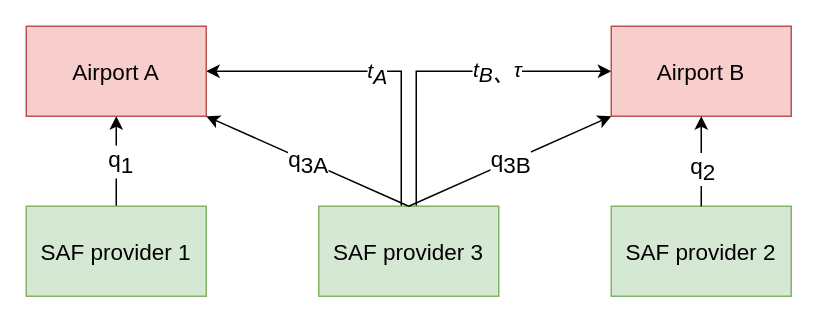
Above: GRF.drawio in HengfeiMa95/paper-reading (draw.io), before the change. Source tidied: cells renumbered, new cells numbered last; positions are measured from the earlier drawing's top-left corner, leaving out a move shared by most shapes. Both pictures are drawn from the tidied source at 150%, with x=0, y=0 at pixel (26, 26).
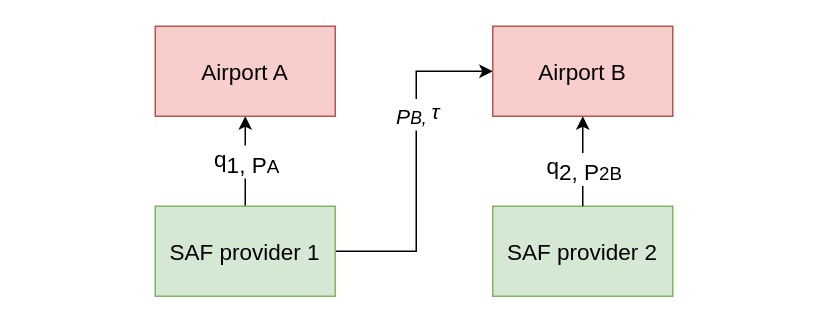
The same diagram, later.

Unchanged cells that the change refers to:
```xml
<mxCell id="8" style="edgeStyle=orthogonalEdgeStyle;rounded=0;jettySize=auto;html=1;fontSize=15;" parent="1" edge="1" source="10" target="12">
  <mxGeometry relative="1" as="geometry" />
</mxCell>
<mxCell id="17" style="endArrow=classic;html=1;rounded=0;exitX=0.5;exitY=0;exitDx=0;exitDy=0;entryX=0.5;entryY=1;entryDx=0;entryDy=0;fontSize=15;" parent="1" edge="1" source="7" target="11">
  <mxGeometry relative="1" as="geometry" />
</mxCell>
```

Diff of the diagram source:
```diff
@@
-    <mxCell id="2" style="edgeStyle=orthogonalEdgeStyle;rounded=0;jettySize=auto;html=1;entryX=1;entryY=0.5;entryDx=0;entryDy=0;" parent="1" edge="1" source="6" target="12">
-      <mxGeometry relative="1" as="geometry">
-        <Array as="points">
-          <mxPoint x="250" y="30" />
-        </Array>
-      </mxGeometry>
-    </mxCell>
-    <mxCell id="3" value="t&lt;sub style=&quot;font-size: 14px;&quot;&gt;A&lt;/sub&gt;" style="edgeLabel;html=1;align=center;verticalAlign=middle;fontSize=14;fontStyle=2;" parent="2" vertex="1">
-      <mxGeometry x="-0.03" y="1" relative="1" as="geometry" />
-    </mxCell>
-    <mxCell id="4" style="edgeStyle=orthogonalEdgeStyle;rounded=0;jettySize=auto;html=1;entryX=0;entryY=0.5;entryDx=0;entryDy=0;" parent="1" edge="1" source="6" target="11">
+    <mxCell id="4" style="edgeStyle=orthogonalEdgeStyle;rounded=0;jettySize=auto;html=1;entryX=0;entryY=0.5;entryDx=0;entryDy=0;exitX=1;exitY=0.5;exitDx=0;exitDy=0;" parent="1" edge="1" source="10" target="11">
       <mxGeometry relative="1" as="geometry">
         <Array as="points">
+          <mxPoint x="260" y="150" />
           <mxPoint x="260" y="30" />
         </Array>
       </mxGeometry>
     </mxCell>
-    <mxCell id="5" value="t&lt;sub style=&quot;font-size: 14px;&quot;&gt;B、&lt;/sub&gt;&lt;font style=&quot;font-size: 14px;&quot;&gt;τ&lt;/font&gt;" style="edgeLabel;html=1;align=center;verticalAlign=middle;fontSize=14;fontStyle=2;" parent="4" vertex="1">
+    <mxCell id="5" value="&lt;sub style=&quot;font-size: 14px;&quot;&gt;P&lt;/sub&gt;&lt;span style=&quot;font-size: 14px;&quot;&gt;&lt;sub&gt;B,&amp;nbsp;&lt;/sub&gt;&lt;/span&gt;&lt;font style=&quot;font-size: 14px;&quot;&gt;τ&lt;/font&gt;" style="edgeLabel;html=1;align=center;verticalAlign=middle;fontSize=14;fontStyle=2;" parent="4" vertex="1">
       <mxGeometry x="0.3" relative="1" as="geometry" />
     </mxCell>
-    <mxCell id="6" value="SAF provider 3" style="rounded=0;whiteSpace=wrap;html=1;fontSize=15;fillColor=#d5e8d4;strokeColor=#82b366;" parent="1" vertex="1">
-      <mxGeometry x="195" y="120" width="120" height="60" as="geometry" />
-    </mxCell>
     <mxCell id="7" value="SAF provider 2" style="rounded=0;whiteSpace=wrap;html=1;fontSize=15;fillColor=#d5e8d4;strokeColor=#82b366;" parent="1" vertex="1">
-      <mxGeometry x="390" y="120" width="120" height="60" as="geometry" />
+      <mxGeometry x="311" y="120" width="120" height="60" as="geometry" />
     </mxCell>
@@
-    <mxCell id="9" value="q&lt;sub style=&quot;font-size: 15px;&quot;&gt;1&lt;/sub&gt;" style="edgeLabel;html=1;align=center;verticalAlign=middle;fontSize=15;" parent="8" vertex="1">
+    <mxCell id="9" value="q&lt;sub style=&quot;font-size: 15px;&quot;&gt;1, P&lt;/sub&gt;&lt;span style=&quot;font-size: 15px;&quot;&gt;&lt;sub&gt;A&lt;/sub&gt;&lt;/span&gt;&lt;sub style=&quot;font-size: 15px;&quot;&gt;&amp;nbsp;&lt;/sub&gt;" style="edgeLabel;html=1;align=center;verticalAlign=middle;fontSize=15;" parent="8" vertex="1">
       <mxGeometry x="0.03" y="-2" relative="1" as="geometry" />
     </mxCell>
     <mxCell id="10" value="SAF provider 1" style="rounded=0;whiteSpace=wrap;html=1;fontSize=15;fillColor=#d5e8d4;strokeColor=#82b366;" parent="1" vertex="1">
-      <mxGeometry y="120" width="120" height="60" as="geometry" />
+      <mxGeometry x="86" y="120" width="120" height="60" as="geometry" />
     </mxCell>
     <mxCell id="11" value="Airport B" style="rounded=0;whiteSpace=wrap;html=1;fontSize=15;fillColor=#f8cecc;strokeColor=#b85450;" parent="1" vertex="1">
-      <mxGeometry x="390" width="120" height="60" as="geometry" />
+      <mxGeometry x="311" width="120" height="60" as="geometry" />
     </mxCell>
     <mxCell id="12" value="Airport A" style="rounded=0;whiteSpace=wrap;html=1;fontSize=15;fillColor=#f8cecc;strokeColor=#b85450;" parent="1" vertex="1">
-      <mxGeometry width="120" height="60" as="geometry" />
+      <mxGeometry x="86" width="120" height="60" as="geometry" />
     </mxCell>
-    <mxCell id="13" style="endArrow=classic;html=1;rounded=0;entryX=1;entryY=1;entryDx=0;entryDy=0;exitX=0.5;exitY=0;exitDx=0;exitDy=0;fontSize=15;" parent="1" edge="1" source="6" target="12">
-      <mxGeometry relative="1" as="geometry" />
-    </mxCell>
-    <mxCell id="14" value="q&lt;span style=&quot;font-size: 15px;&quot;&gt;&lt;sub style=&quot;font-size: 15px;&quot;&gt;3A&lt;/sub&gt;&lt;/span&gt;" style="edgeLabel;html=1;align=center;verticalAlign=middle;fontSize=15;" parent="13" vertex="1">
-      <mxGeometry y="-1" relative="1" as="geometry" />
-    </mxCell>
-    <mxCell id="15" style="endArrow=classic;html=1;rounded=0;entryX=0;entryY=1;entryDx=0;entryDy=0;exitX=0.5;exitY=0;exitDx=0;exitDy=0;fontSize=15;" parent="1" edge="1" source="6" target="11">
-      <mxGeometry relative="1" as="geometry" />
-    </mxCell>
-    <mxCell id="16" value="q&lt;sub style=&quot;font-size: 15px;&quot;&gt;3B&lt;/sub&gt;" style="edgeLabel;html=1;align=center;verticalAlign=middle;fontSize=15;" parent="15" vertex="1">
-      <mxGeometry relative="1" as="geometry" />
-    </mxCell>
@@
-    <mxCell id="18" value="q&lt;sub style=&quot;font-size: 15px;&quot;&gt;2&lt;/sub&gt;" style="edgeLabel;html=1;align=center;verticalAlign=middle;fontSize=15;" parent="17" vertex="1">
+    <mxCell id="18" value="q&lt;sub style=&quot;font-size: 15px;&quot;&gt;2, P&lt;/sub&gt;&lt;span style=&quot;font-size: 15px;&quot;&gt;&lt;sub&gt;2B&lt;/sub&gt;&lt;/span&gt;" style="edgeLabel;html=1;align=center;verticalAlign=middle;fontSize=15;" parent="17" vertex="1">
       <mxGeometry x="-0.13" relative="1" as="geometry" />
     </mxCell>
```
